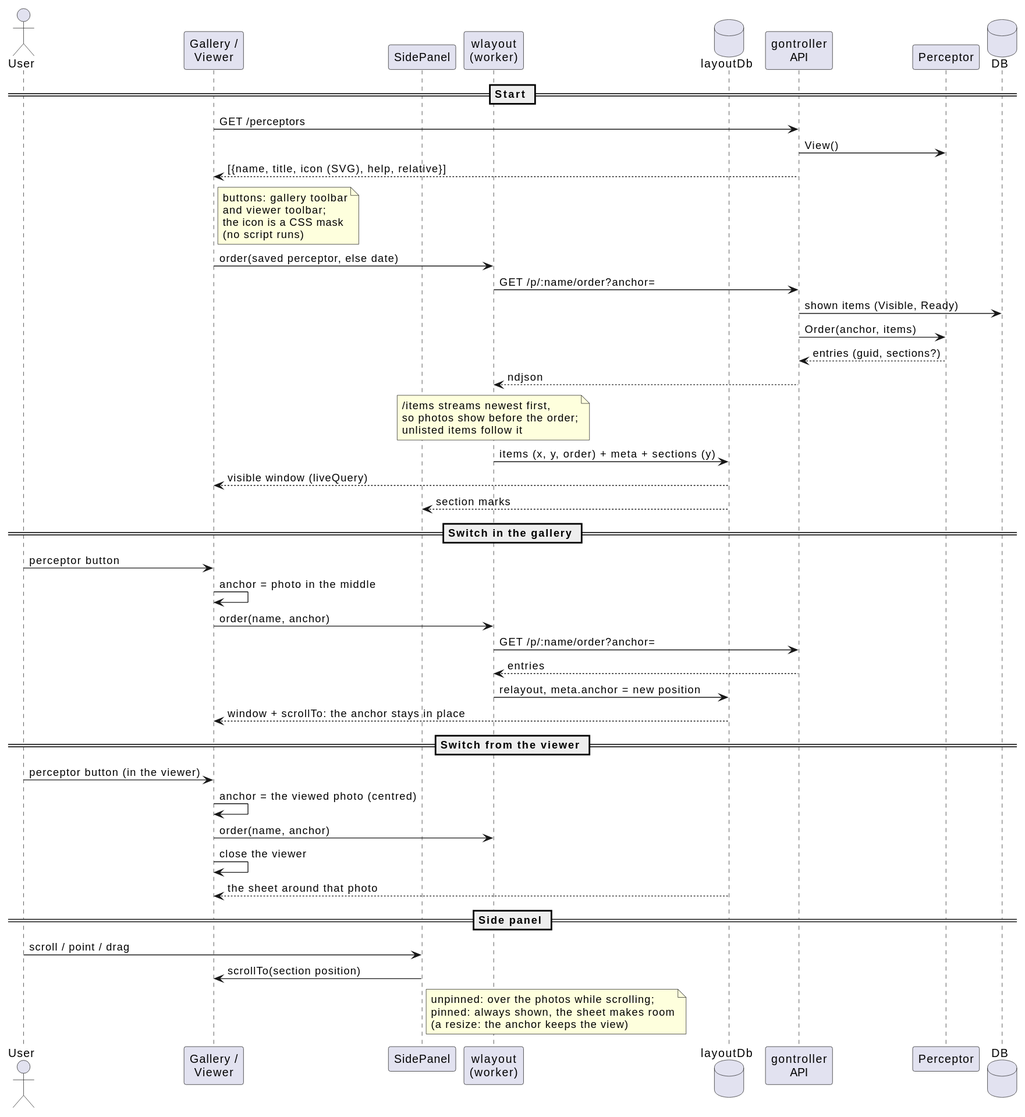
Earlier version of the PlantUML export _sb/diagrams/Perceptors navigation.svg (eggs-gd/Perceptrail).
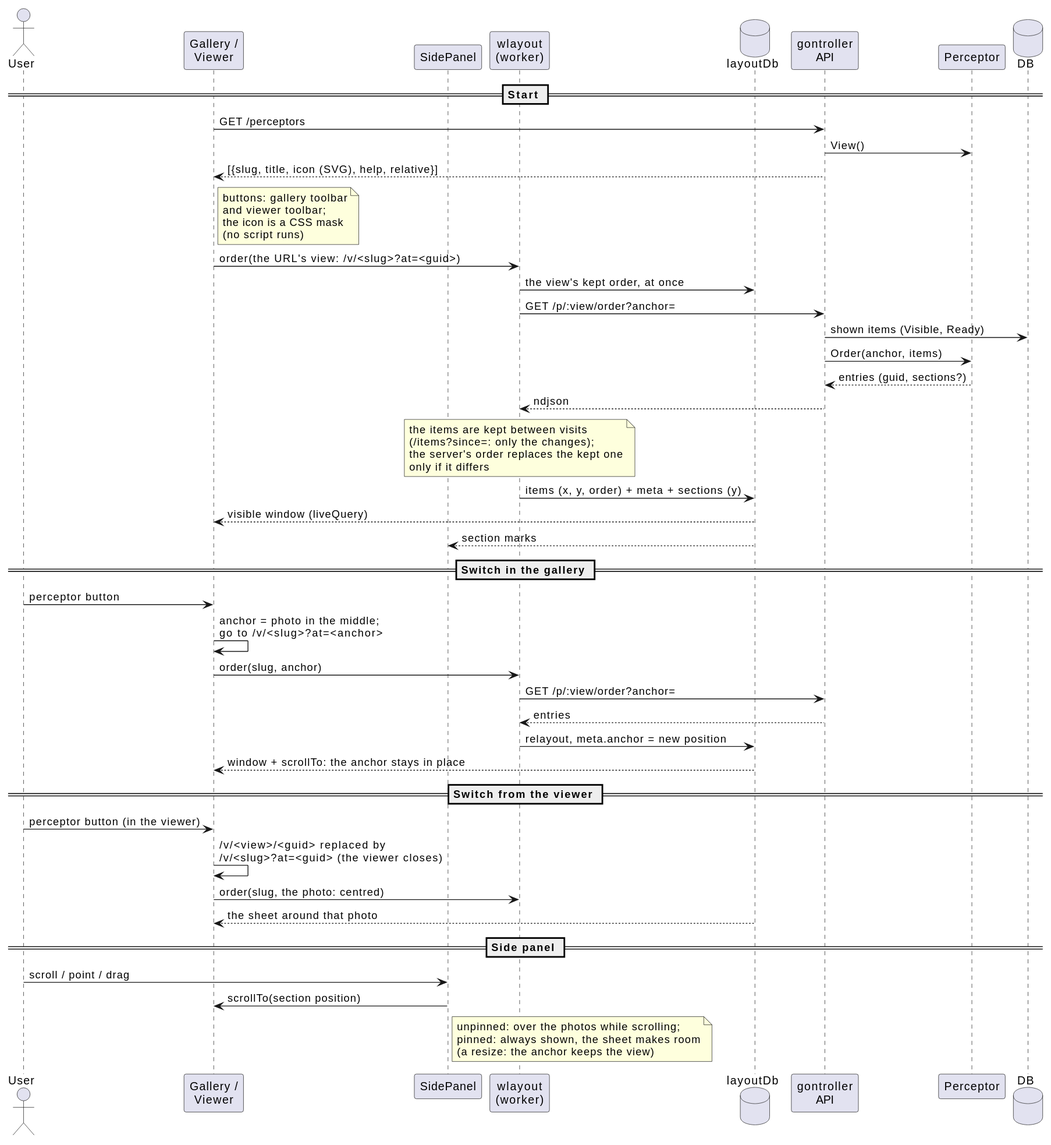
Above is the later version.

Commit message:
diagram: views by slug from the URL, kept order and items

The edit, as a diff of the source:
```diff
@@ -12,33 +12,33 @@
 == Start ==
 Page -> API: GET /perceptors
 API -> Nav: View()
-API --> Page: [{name, title, icon (SVG), help, relative}]
+API --> Page: [{slug, title, icon (SVG), help, relative}]
 note right of Page: buttons: gallery toolbar\nand viewer toolbar;\nthe icon is a CSS mask\n(no script runs)
-Page -> Layout: order(saved perceptor, else date)
-Layout -> API: GET /p/:name/order?anchor=
+Page -> Layout: order(the URL's view: /v/<slug>?at=<guid>)
+Layout -> LDB: the view's kept order, at once
+Layout -> API: GET /p/:view/order?anchor=
 API -> DB: shown items (Visible, Ready)
 API -> Nav: Order(anchor, items)
 Nav --> API: entries (guid, sections?)
 API --> Layout: ndjson
-note over Layout: /items streams newest first,\nso photos show before the order;\nunlisted items follow it
+note over Layout: the items are kept between visits\n(/items?since=: only the changes);\nthe server's order replaces the kept one\nonly if it differs
 Layout -> LDB: items (x, y, order) + meta + sections (y)
 LDB --> Page: visible window (liveQuery)
 LDB --> Panel: section marks
 
 == Switch in the gallery ==
 User -> Page: perceptor button
-Page -> Page: anchor = photo in the middle
-Page -> Layout: order(name, anchor)
-Layout -> API: GET /p/:name/order?anchor=
+Page -> Page: anchor = photo in the middle;\ngo to /v/<slug>?at=<anchor>
+Page -> Layout: order(slug, anchor)
+Layout -> API: GET /p/:view/order?anchor=
 API --> Layout: entries
 Layout -> LDB: relayout, meta.anchor = new position
 LDB --> Page: window + scrollTo: the anchor stays in place
 
 == Switch from the viewer ==
 User -> Page: perceptor button (in the viewer)
-Page -> Page: anchor = the viewed photo (centred)
-Page -> Layout: order(name, anchor)
-Page -> Page: close the viewer
+Page -> Page: /v/<view>/<guid> replaced by\n/v/<slug>?at=<guid> (the viewer closes)
+Page -> Layout: order(slug, the photo: centred)
 LDB --> Page: the sheet around that photo
 
 == Side panel ==
```
